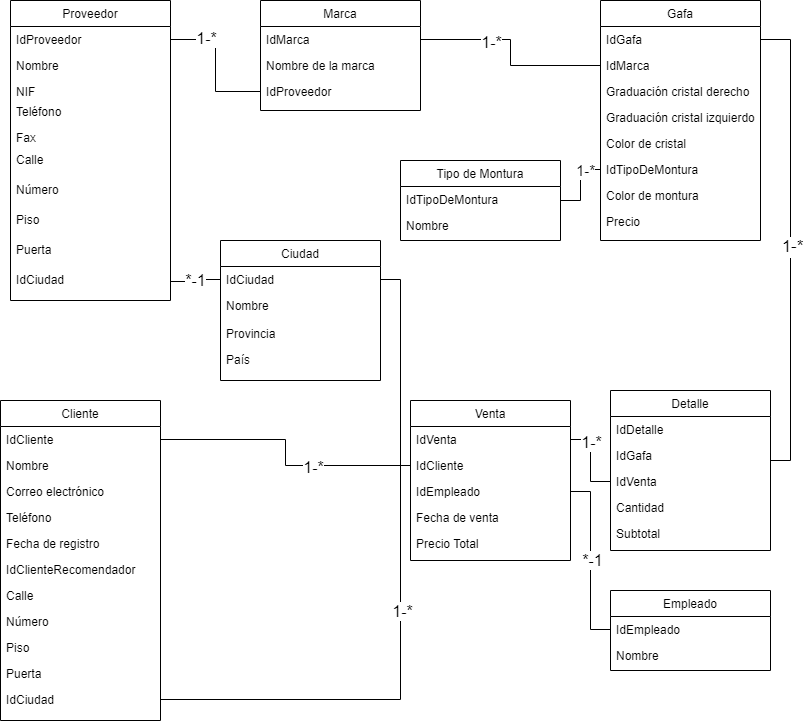
Before: Optica.drawio.png, a diagram exported from draw.io (florenciaacostabosch/Mysql-estructura). Source tidied: cells renumbered, new cells last; positions are measured from the earlier drawing's top-left corner, leaving out a move shared by most shapes.
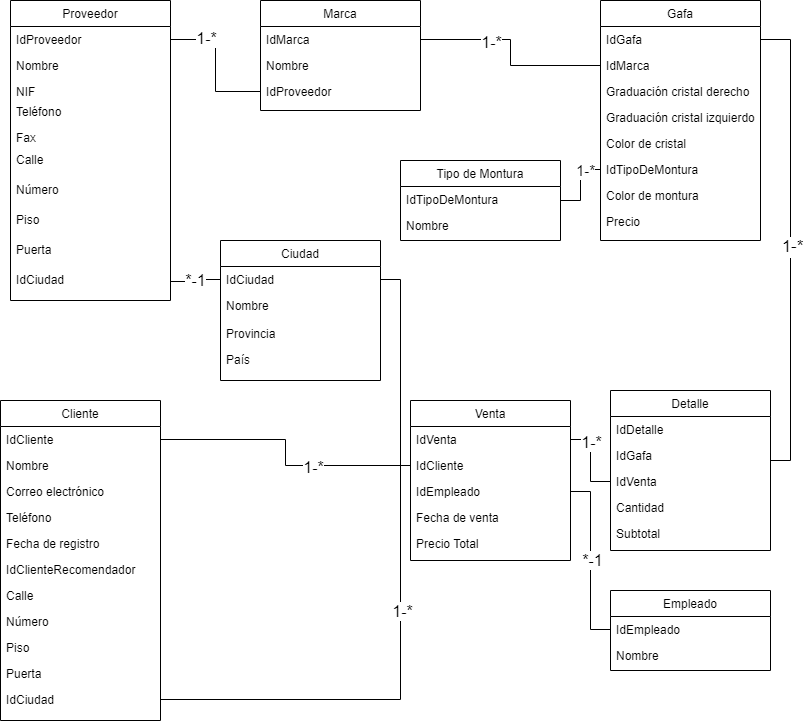
After the commit.

Diff of the diagram source:
```diff
@@ -104,7 +104,7 @@
     <mxCell id="35" value="IdMarca" style="text;align=left;verticalAlign=top;spacingLeft=4;spacingRight=4;overflow=hidden;points=[[0,0.5],[1,0.5]];portConstraint=eastwest;" parent="34" vertex="1">
       <mxGeometry y="26" width="160" height="26" as="geometry" />
     </mxCell>
-    <mxCell id="36" value="Nombre de la marca" style="text;align=left;verticalAlign=top;spacingLeft=4;spacingRight=4;overflow=hidden;" parent="34" vertex="1">
+    <mxCell id="36" value="Nombre" style="text;align=left;verticalAlign=top;spacingLeft=4;spacingRight=4;overflow=hidden;" parent="34" vertex="1">
       <mxGeometry y="52" width="160" height="26" as="geometry" />
     </mxCell>
     <mxCell id="37" value="IdProveedor" style="text;align=left;verticalAlign=top;spacingLeft=4;spacingRight=4;overflow=hidden;points=[[0,0.5],[1,0.5]];portConstraint=eastwest;" parent="34" vertex="1">
```
